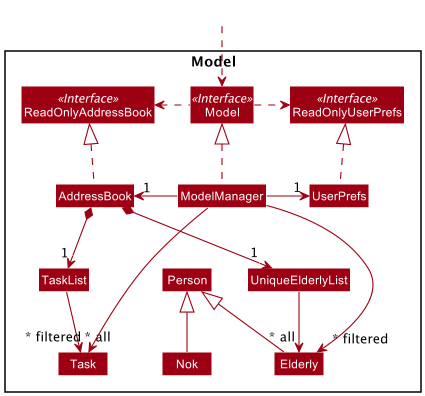
Above: docs/images/ModelClassDiagram.png in tsy24/tp (PlantUML), before the change. Its source is kept beside it as docs/diagrams/ModelClassDiagram.puml.
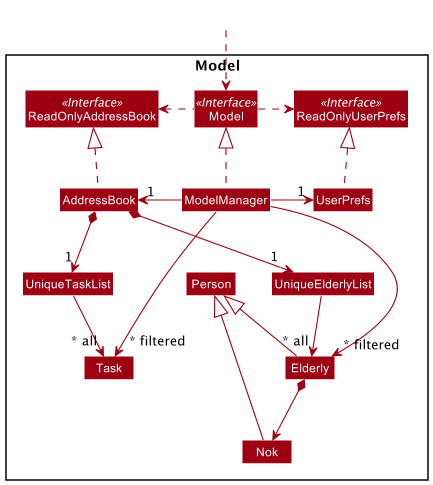
Above is the later version.

The edit, as a diff of the source:
```diff
@@ -20,7 +20,7 @@
 Class Elderly
 Class Nok
 
-Class TaskList
+Class UniqueTaskList
 Class Task
 }
 
@@ -40,9 +40,10 @@
 UniqueElderlyList --> "~* all" Elderly
 Elderly -up-|> Person
 Nok -up-|> Person
+Elderly *--> Nok
 
-AddressBook *-> "1" TaskList
-TaskList -> "~* all" Task
+AddressBook *-> "1" UniqueTaskList
+UniqueTaskList -> "~* all" Task
 
 
 ModelManager -->"~* filtered" Elderly
```
